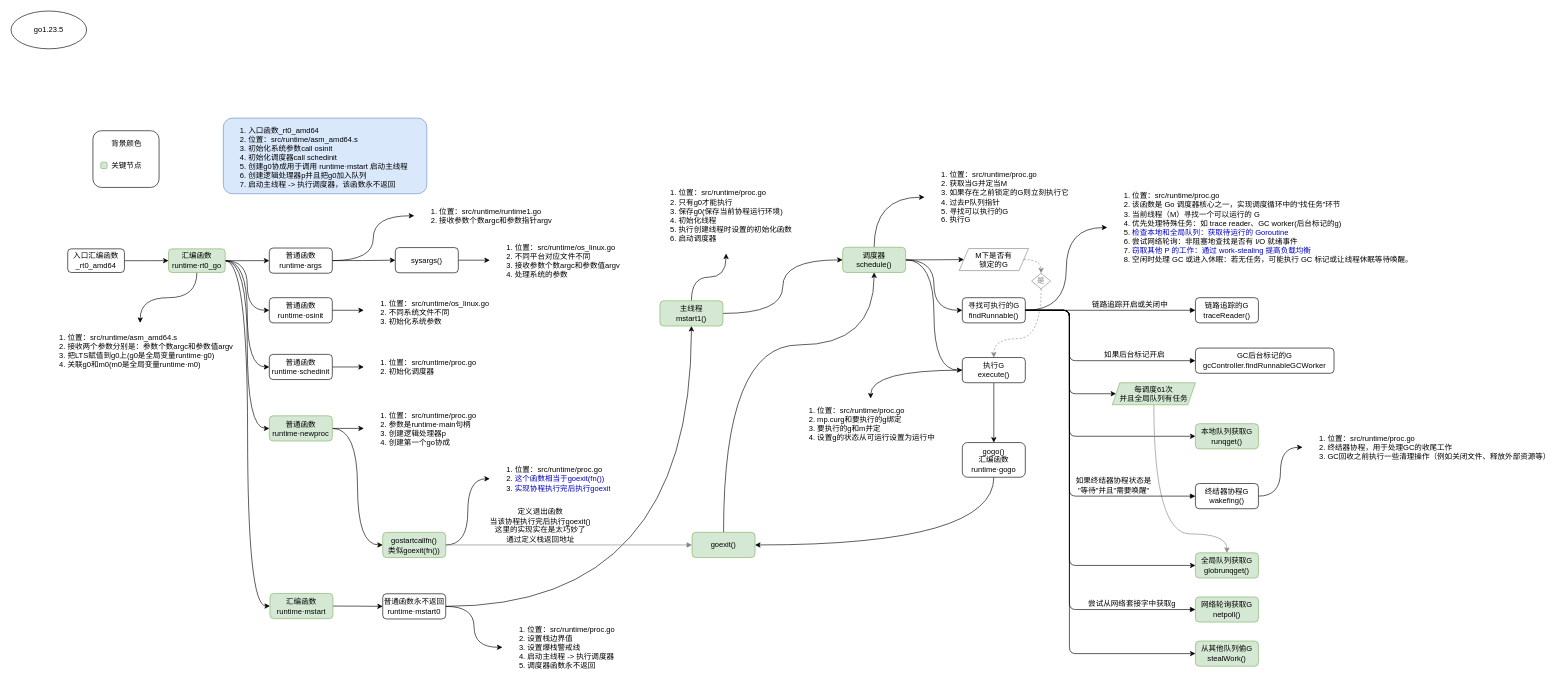
Earlier version of the draw.io diagram book/src/MGP.drawio (fire1220/annotation-go1.23.5). Source tidied: cells renumbered, new cells numbered last; positions are measured from the earlier drawing's top-left corner, leaving out a move shared by most shapes. Both pictures are drawn from the tidied source at 63%, with x=0, y=0 at pixel (11, 11).
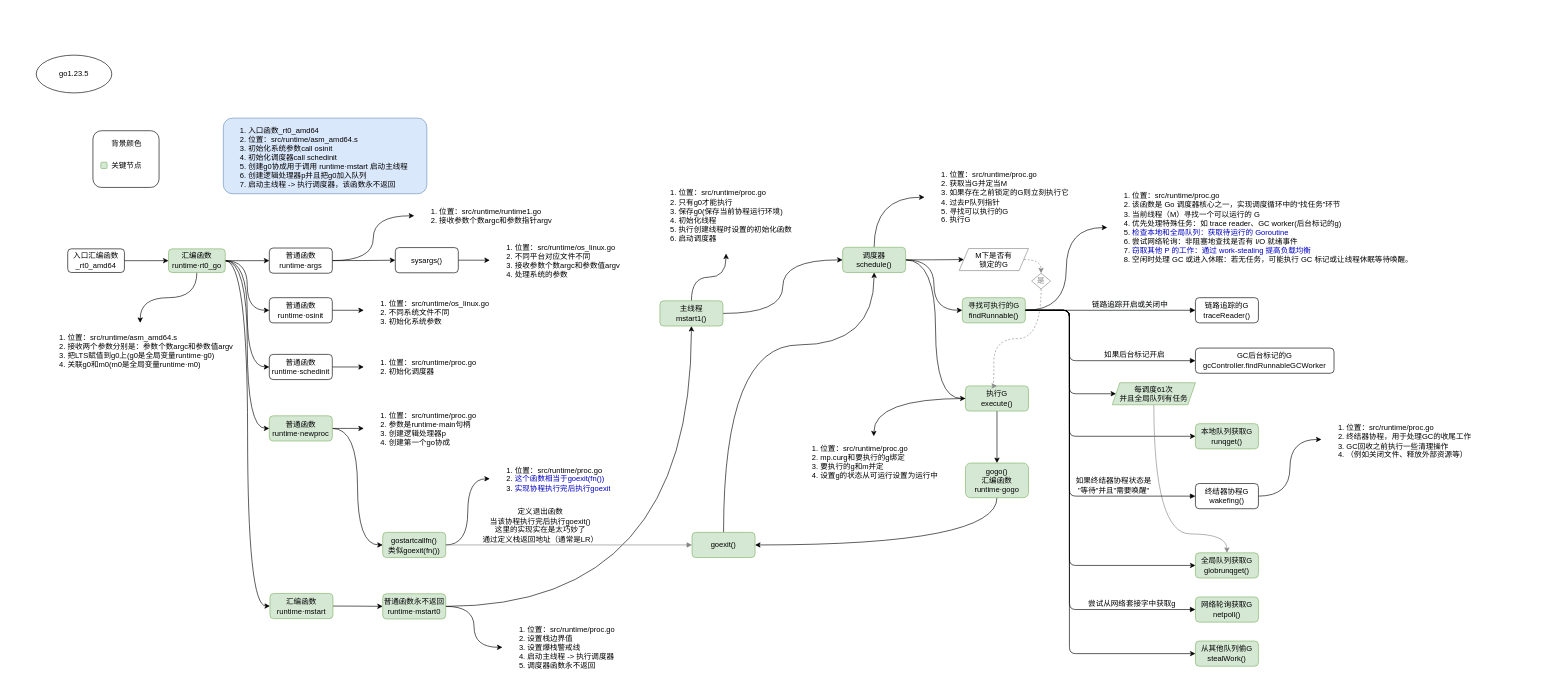
After the change.

Commit message:
MPG-gogo

The change refers to these unchanged cells:
```xml
<mxCell id="85" value="gostartcallfn()&lt;br&gt;类似goexit(fn())" style="rounded=1;whiteSpace=wrap;html=1;labelBackgroundColor=none;align=center;fillColor=#d5e8d4;strokeColor=#82b366;" parent="1" vertex="1">
  <mxGeometry x="590" y="827.5" width="100" height="40" as="geometry" />
</mxCell>
<mxCell id="88" value="goexit()" style="rounded=1;whiteSpace=wrap;html=1;labelBackgroundColor=none;align=center;fillColor=#d5e8d4;strokeColor=#82b366;" parent="1" vertex="1">
  <mxGeometry x="1081" y="827.5" width="100" height="40" as="geometry" />
</mxCell>
```

Diff of the diagram source:
```diff
@@
     <mxCell id="4" value="&lt;span&gt;go1.23.5&lt;/span&gt;" style="ellipse;whiteSpace=wrap;html=1;" parent="1" vertex="1">
-      <mxGeometry width="120" height="60" as="geometry" />
+      <mxGeometry x="40" y="70" width="120" height="60" as="geometry" />
     </mxCell>
@@
-    <mxCell id="27" value="&lt;span&gt;普通函数永不返回&lt;/span&gt;&lt;br&gt;runtime·mstart0" style="rounded=1;whiteSpace=wrap;html=1;labelBackgroundColor=none;align=center;" parent="1" vertex="1">
+    <mxCell id="27" value="&lt;span&gt;普通函数永不返回&lt;/span&gt;&lt;br&gt;runtime·mstart0" style="rounded=1;whiteSpace=wrap;html=1;labelBackgroundColor=none;align=center;fillColor=#d5e8d4;strokeColor=#82b366;" parent="1" vertex="1">
       <mxGeometry x="590" y="925" width="100" height="40" as="geometry" />
     </mxCell>
@@
-    <mxCell id="58" value="寻找可执行的G&lt;br&gt;findRunnable()" style="rounded=1;whiteSpace=wrap;html=1;labelBackgroundColor=none;fontSize=12;align=center;" parent="1" vertex="1">
+    <mxCell id="58" value="寻找可执行的G&lt;br&gt;findRunnable()" style="rounded=1;whiteSpace=wrap;html=1;labelBackgroundColor=none;fontSize=12;align=center;fillColor=#d5e8d4;strokeColor=#82b366;" parent="1" vertex="1">
       <mxGeometry x="1510" y="455" width="100" height="40" as="geometry" />
     </mxCell>
@@
-    <mxCell id="61" value="执行G&lt;br&gt;execute()" style="rounded=1;whiteSpace=wrap;html=1;labelBackgroundColor=none;fontSize=12;align=center;" parent="1" vertex="1">
-      <mxGeometry x="1510" y="550" width="100" height="40" as="geometry" />
+    <mxCell id="61" value="执行G&lt;br&gt;execute()" style="rounded=1;whiteSpace=wrap;html=1;labelBackgroundColor=none;fontSize=12;align=center;fillColor=#d5e8d4;strokeColor=#82b366;" parent="1" vertex="1">
+      <mxGeometry x="1515" y="595" width="100" height="40" as="geometry" />
     </mxCell>
@@
-    <mxCell id="77" value="&lt;ol&gt;&lt;li&gt;&lt;span style=&quot;font-size: 12px ; text-align: center&quot;&gt;位置：&lt;/span&gt;src/runtime/proc.go&lt;/li&gt;&lt;li&gt;终结器协程，用于处理GC的收尾工作&lt;/li&gt;&lt;li&gt;GC回收之前执行一些清理操作（例如关闭文件、释放外部资源等）&lt;br&gt;&lt;/li&gt;&lt;/ol&gt;" style="text;strokeColor=none;fillColor=none;html=1;verticalAlign=middle;overflow=hidden;align=left;spacing=0;labelBorderColor=none;labelBackgroundColor=none;imageWidth=24;imageHeight=24;arcSize=12;fontSize=12;absoluteArcSize=0;fillOpacity=100;" parent="1" vertex="1">
-      <mxGeometry x="2050" y="655" width="400" height="75" as="geometry" />
+    <mxCell id="77" value="&lt;ol&gt;&lt;li&gt;&lt;span style=&quot;font-size: 12px ; text-align: center&quot;&gt;位置：&lt;/span&gt;src/runtime/proc.go&lt;/li&gt;&lt;li&gt;终结器协程，用于处理GC的收尾工作&lt;/li&gt;&lt;li&gt;GC回收之前执行一些清理操作&lt;/li&gt;&lt;li&gt;（例如关闭文件、释放外部资源等）&lt;br&gt;&lt;/li&gt;&lt;/ol&gt;" style="text;strokeColor=none;fillColor=none;html=1;verticalAlign=middle;overflow=hidden;align=left;spacing=0;labelBorderColor=none;labelBackgroundColor=none;imageWidth=24;imageHeight=24;arcSize=12;fontSize=12;absoluteArcSize=0;fillOpacity=100;" parent="1" vertex="1">
+      <mxGeometry x="2080" y="642.5" width="280" height="75" as="geometry" />
     </mxCell>
@@
     <mxCell id="81" value="&lt;ol&gt;&lt;li&gt;&lt;span style=&quot;font-size: 12px ; text-align: center&quot;&gt;位置：&lt;/span&gt;src/runtime/proc.go&lt;/li&gt;&lt;li&gt;mp.curg和要执行的g绑定&lt;/li&gt;&lt;li&gt;要执行的g和m并定&lt;/li&gt;&lt;li&gt;设置g的状态从可运行设置为运行中&lt;/li&gt;&lt;/ol&gt;" style="text;strokeColor=none;fillColor=none;html=1;verticalAlign=middle;overflow=hidden;align=left;spacing=0;labelBorderColor=none;labelBackgroundColor=none;imageWidth=24;imageHeight=24;arcSize=12;fontSize=12;absoluteArcSize=0;fillOpacity=100;" parent="1" vertex="1">
-      <mxGeometry x="1240" y="615" width="249" height="80" as="geometry" />
+      <mxGeometry x="1245" y="675" width="249" height="80" as="geometry" />
     </mxCell>
     <mxCell id="82" style="edgeStyle=orthogonalEdgeStyle;curved=1;rounded=1;jettySize=auto;html=1;entryX=1;entryY=0.5;entryDx=0;entryDy=0;fontSize=12;fontColor=#000000;strokeColor=#000000;strokeWidth=1;exitX=0.5;exitY=1;exitDx=0;exitDy=0;" parent="1" edge="1" source="83" target="88">
-      <mxGeometry relative="1" as="geometry" />
+      <mxGeometry relative="1" as="geometry">
+        <Array as="points">
+          <mxPoint x="1565" y="847" />
+        </Array>
+      </mxGeometry>
     </mxCell>
-    <mxCell id="83" value="gogo()&lt;br&gt;汇编函数&lt;br&gt;runtime·gogo" style="rounded=1;whiteSpace=wrap;html=1;labelBackgroundColor=none;fontSize=12;align=center;" parent="1" vertex="1">
-      <mxGeometry x="1510" y="685" width="100" height="55" as="geometry" />
+    <mxCell id="83" value="gogo()&lt;br&gt;汇编函数&lt;br&gt;runtime·gogo" style="rounded=1;whiteSpace=wrap;html=1;labelBackgroundColor=none;fontSize=12;align=center;fillColor=#d5e8d4;strokeColor=#82b366;" parent="1" vertex="1">
+      <mxGeometry x="1515" y="717.5" width="100" height="55" as="geometry" />
     </mxCell>
@@
-    <mxCell id="89" value="定义退出函数&lt;br&gt;当该协程执行完后执行goexit()&lt;br&gt;这里的实现实在是太巧妙了&lt;br&gt;通过定义栈返回地址" style="html=1;verticalAlign=bottom;endArrow=block;shadow=0;edgeStyle=orthogonalEdgeStyle;fontSize=12;fontColor=#000000;strokeWidth=1;entryX=0;entryY=0.5;entryDx=0;entryDy=0;exitX=1;exitY=0.5;exitDx=0;exitDy=0;strokeColor=#868686;" parent="1" edge="1" source="85" target="88">
+    <mxCell id="89" value="定义退出函数&lt;br&gt;当该协程执行完后执行goexit()&lt;br&gt;这里的实现实在是太巧妙了&lt;br&gt;通过定义栈返回地址（通常是LR）" style="html=1;verticalAlign=bottom;endArrow=block;shadow=0;edgeStyle=orthogonalEdgeStyle;fontSize=12;fontColor=#000000;strokeWidth=1;entryX=0;entryY=0.5;entryDx=0;entryDy=0;exitX=1;exitY=0.5;exitDx=0;exitDy=0;strokeColor=#868686;" parent="1" edge="1" source="85" target="88">
       <mxGeometry x="-0.23" relative="1" as="geometry">
         <mxPoint x="-1" as="offset" />
       </mxGeometry>
     </mxCell>
```
